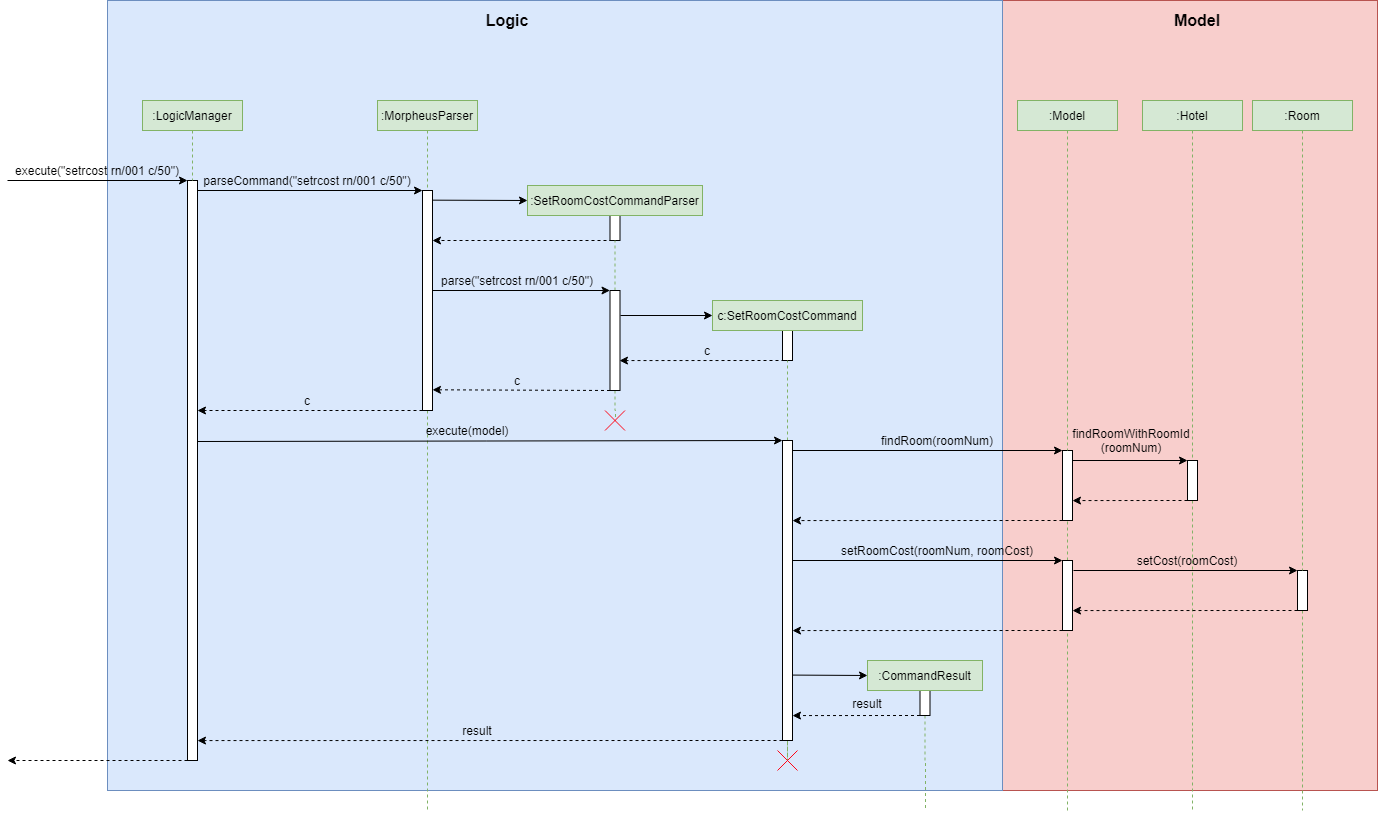
Before: images/SetRoomCostSequenceDiagram.png, a diagram exported from draw.io (AY1920S2-CS2103T-W13-2/main). Source tidied: cells renumbered, new cells last; positions are measured from the earlier drawing's top-left corner, leaving out a move shared by most shapes.
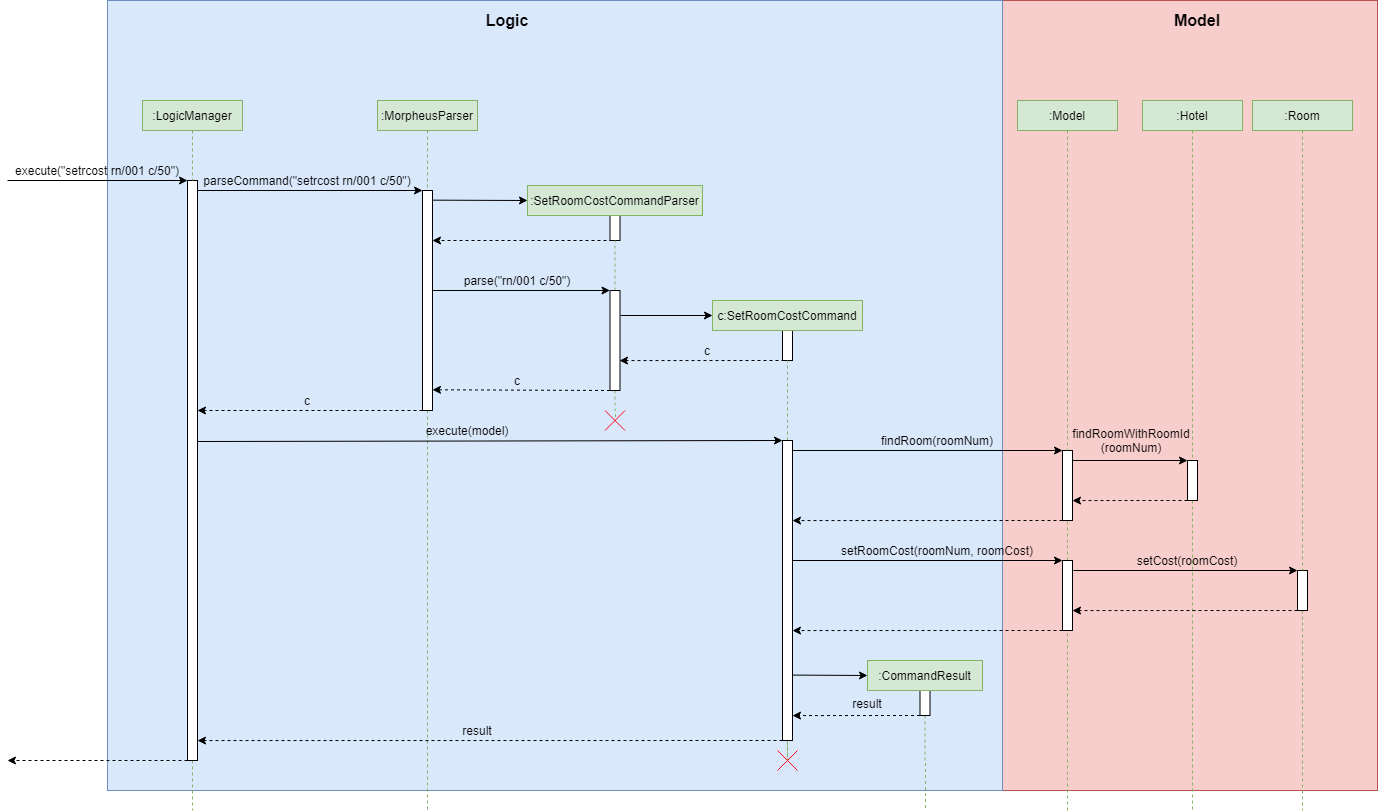
The same diagram one commit later.

The edit, as a diff of the source:
```diff
@@ -8,6 +8,11 @@
     <mxCell id="3" style="rounded=0;whiteSpace=wrap;html=1;fillColor=#dae8fc;strokeColor=#6c8ebf;" parent="1" vertex="1">
       <mxGeometry x="100" width="895" height="790" as="geometry" />
     </mxCell>
+    <mxCell id="80" style="edgeStyle=orthogonalEdgeStyle;rounded=0;jettySize=auto;html=1;endArrow=none;endFill=0;dashed=1;fillColor=#d5e8d4;strokeColor=#82b366;" parent="1" edge="1" source="4">
+      <mxGeometry relative="1" as="geometry">
+        <mxPoint x="185" y="810" as="targetPoint" />
+      </mxGeometry>
+    </mxCell>
     <mxCell id="4" style="rounded=0;whiteSpace=wrap;html=1;" parent="1" vertex="1">
       <mxGeometry x="180" y="180" width="10" height="580" as="geometry" />
     </mxCell>
@@ -78,7 +83,7 @@
         <mxPoint x="425" y="290" as="sourcePoint" />
       </mxGeometry>
     </mxCell>
-    <mxCell id="23" value="parse(&quot;setrcost rn/001 c/50&quot;)" style="text;html=1;strokeColor=none;fillColor=none;align=center;verticalAlign=middle;whiteSpace=wrap;rounded=0;" parent="1" vertex="1">
+    <mxCell id="23" value="parse(&quot;rn/001 c/50&quot;)" style="text;html=1;strokeColor=none;fillColor=none;align=center;verticalAlign=middle;whiteSpace=wrap;rounded=0;" parent="1" vertex="1">
       <mxGeometry x="400" y="270" width="220" height="20" as="geometry" />
     </mxCell>
     <mxCell id="24" style="rounded=0;whiteSpace=wrap;html=1;" parent="1" vertex="1">
```
